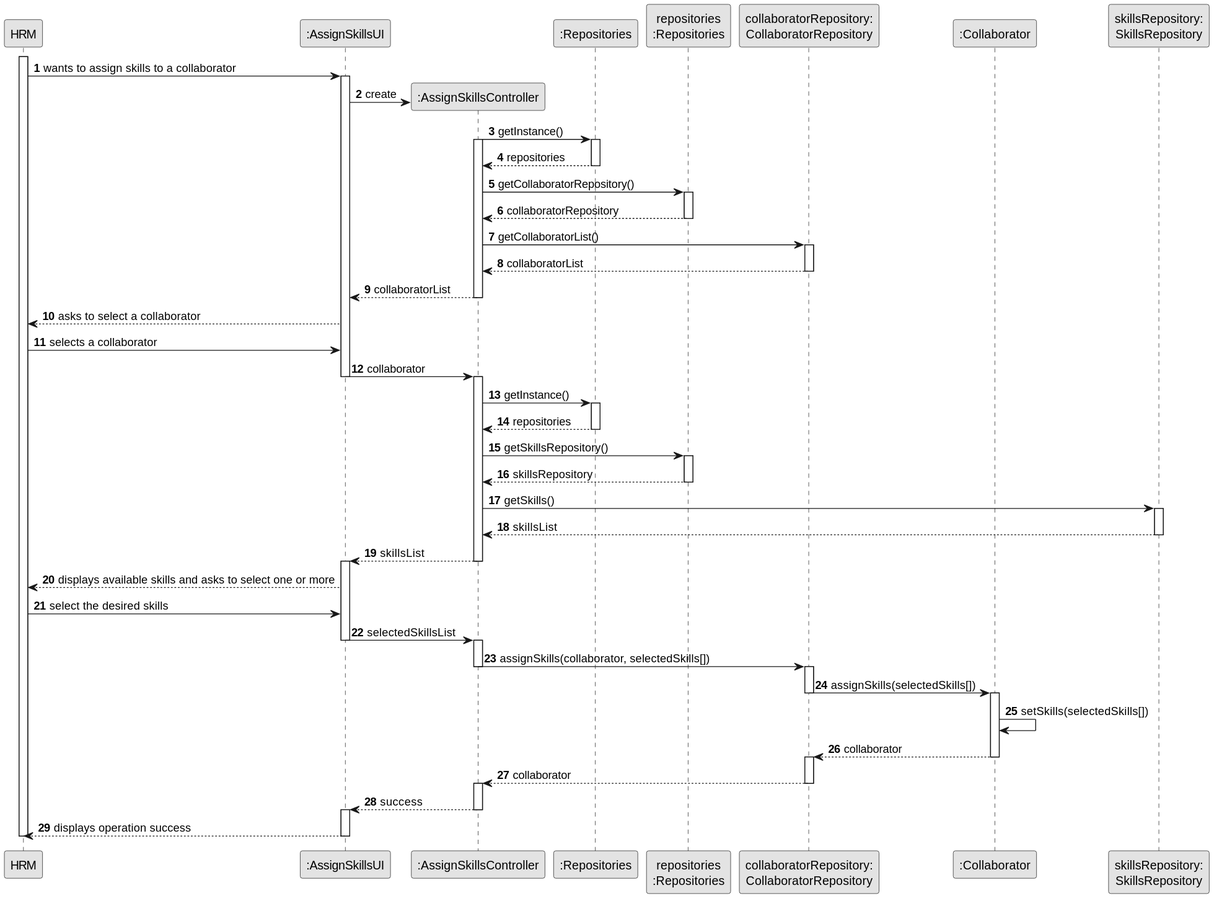
Before: docs/sprintB/us004/03.design/svg/us004-sequence-diagram-full.svg, a diagram exported from PlantUML (ricardomm7/leaflink).
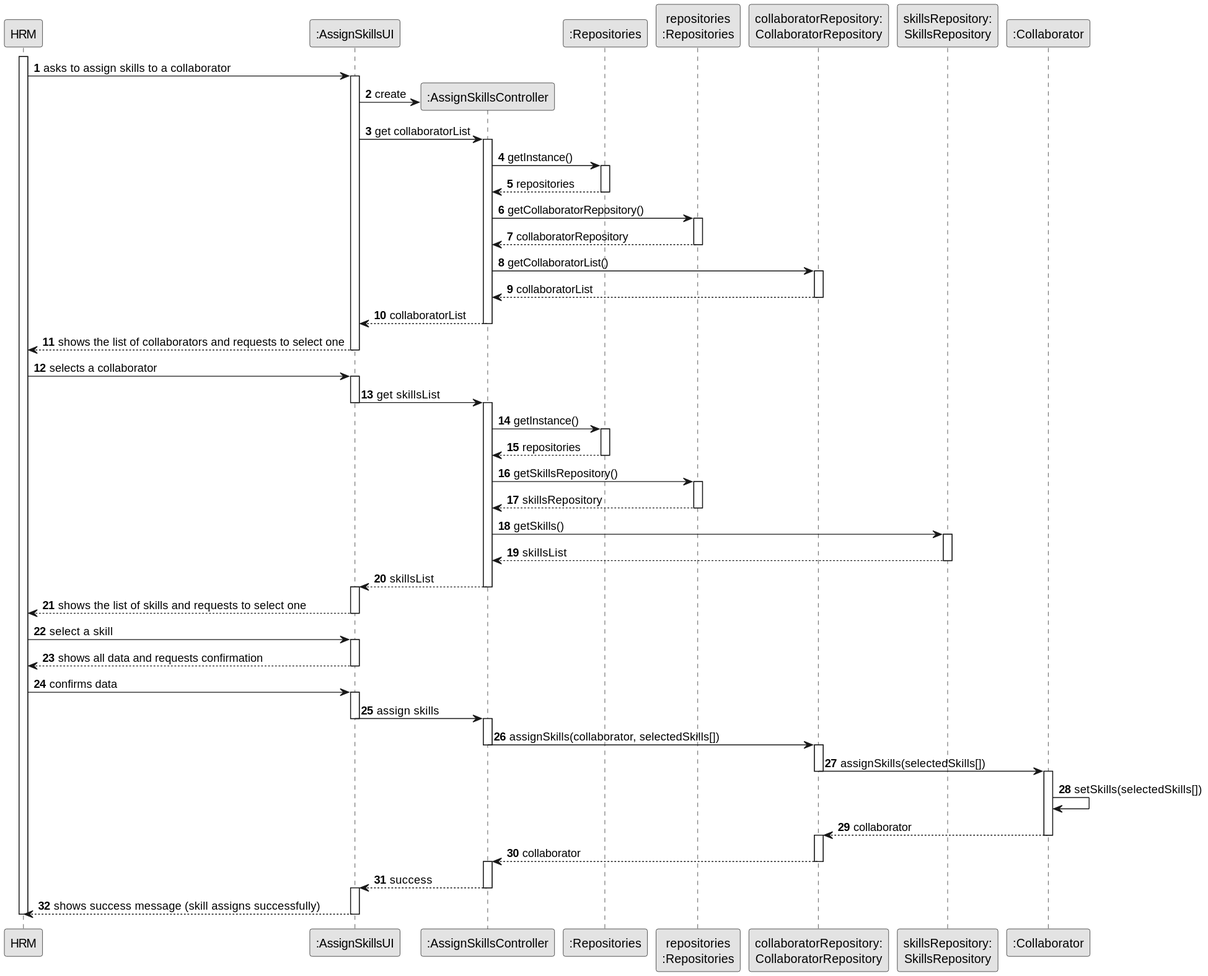
After the commit.

What changed in the source:
```diff
@@ -11,18 +11,19 @@
 participant ":Repositories" as GlobRepo
 participant "repositories\n:Repositories" as PLAT
 participant "collaboratorRepository:\nCollaboratorRepository" as CLBREP
+participant "skillsRepository:\nSkillsRepository" as skillsRepository
 participant ":Collaborator" as CLB
-participant "skillsRepository:\nSkillsRepository" as skillsRepository
 
 
 activate HRM
-HRM -> UI : wants to assign skills to a collaborator
+HRM -> UI : asks to assign skills to a collaborator
 activate UI
 UI -> CTRL** : create
 
+UI -> CTRL: get collaboratorList
+activate CTRL
 
 CTRL -> GlobRepo : getInstance()
-activate CTRL
 activate GlobRepo
 GlobRepo --> CTRL : repositories
 deactivate GlobRepo
@@ -37,11 +38,13 @@
 deactivate CLBREP
 CTRL --> UI : collaboratorList
 deactivate CTRL
-UI --> HRM : asks to select a collaborator
+UI --> HRM : shows the list of collaborators and requests to select one
+deactivate UI
 
 HRM -> UI : selects a collaborator
+activate UI
 
-UI -> CTRL : collaborator
+UI -> CTRL : get skillsList
 deactivate UI
 activate CTRL
 
@@ -67,11 +70,19 @@
 deactivate CTRL
 activate UI
 
-UI --> HRM : displays available skills and asks to select one or more
+UI --> HRM : shows the list of skills and requests to select one
+deactivate UI
 
-HRM -> UI : select the desired skills
+HRM -> UI : select a skill
+activate UI
 
-UI -> CTRL : selectedSkillsList
+UI --> HRM: shows all data and requests confirmation
+deactivate UI
+
+HRM -> UI: confirms data
+activate UI
+
+UI -> CTRL : assign skills
 deactivate UI
 activate CTRL
 
@@ -96,7 +107,7 @@
 CTRL --> UI : success
 deactivate CTRL
 activate UI
-UI --> HRM : displays operation success
+UI --> HRM : shows success message (skill assigns successfully)
 deactivate UI
 deactivate HRM
 @enduml
```
